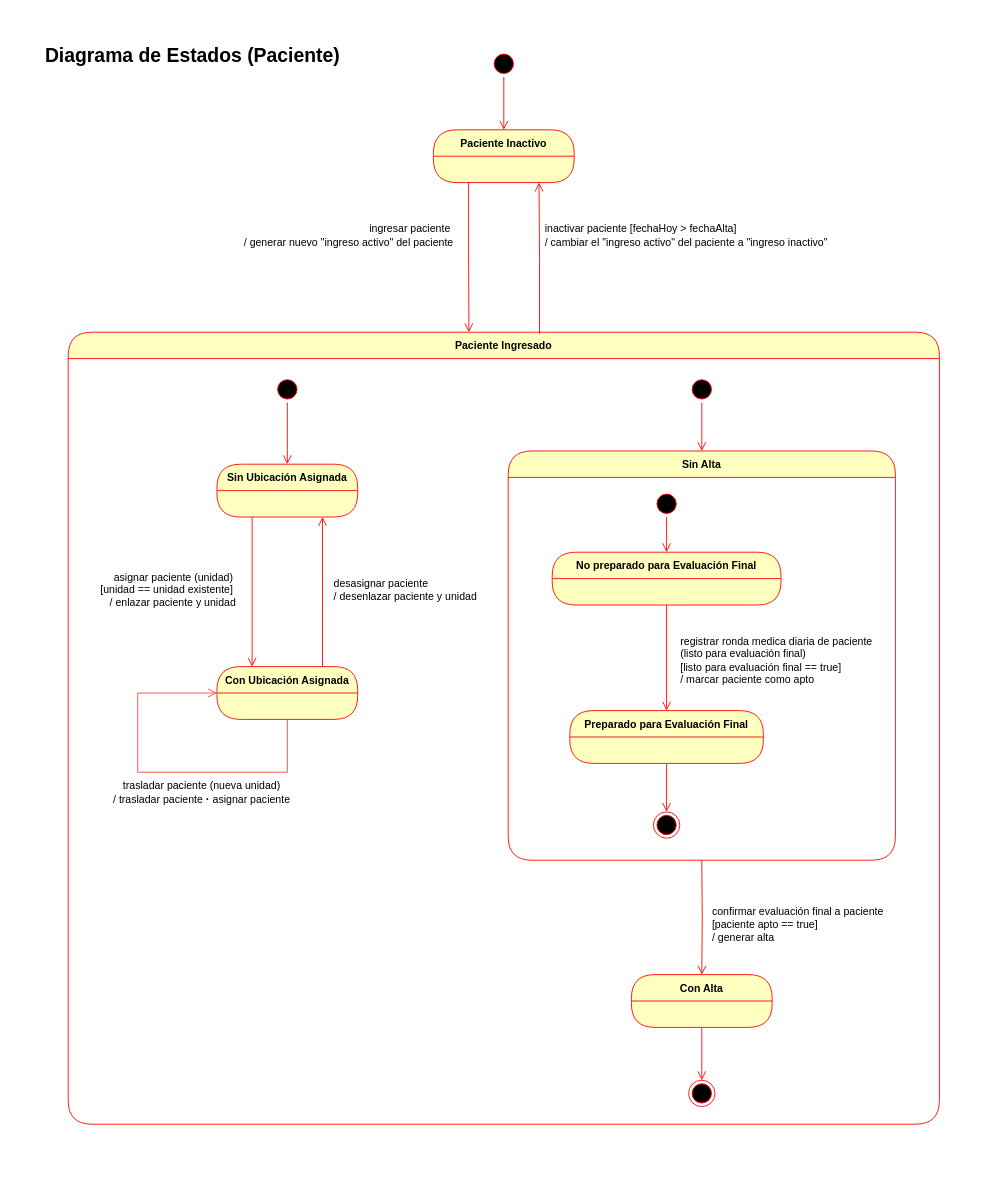
This is uml/4 - Diagrama de Estados/Diagrama de Actividades.drawio from stoica25-byte/Reto-2-Entornos-Programacion, a draw.io file, before an edit. Source tidied: cells renumbered, new cells numbered last; positions are measured from the earlier drawing's top-left corner, leaving out a move shared by most shapes. Both pictures are drawn from the tidied source at 88%, with x=0, y=0 at pixel (15, 15).
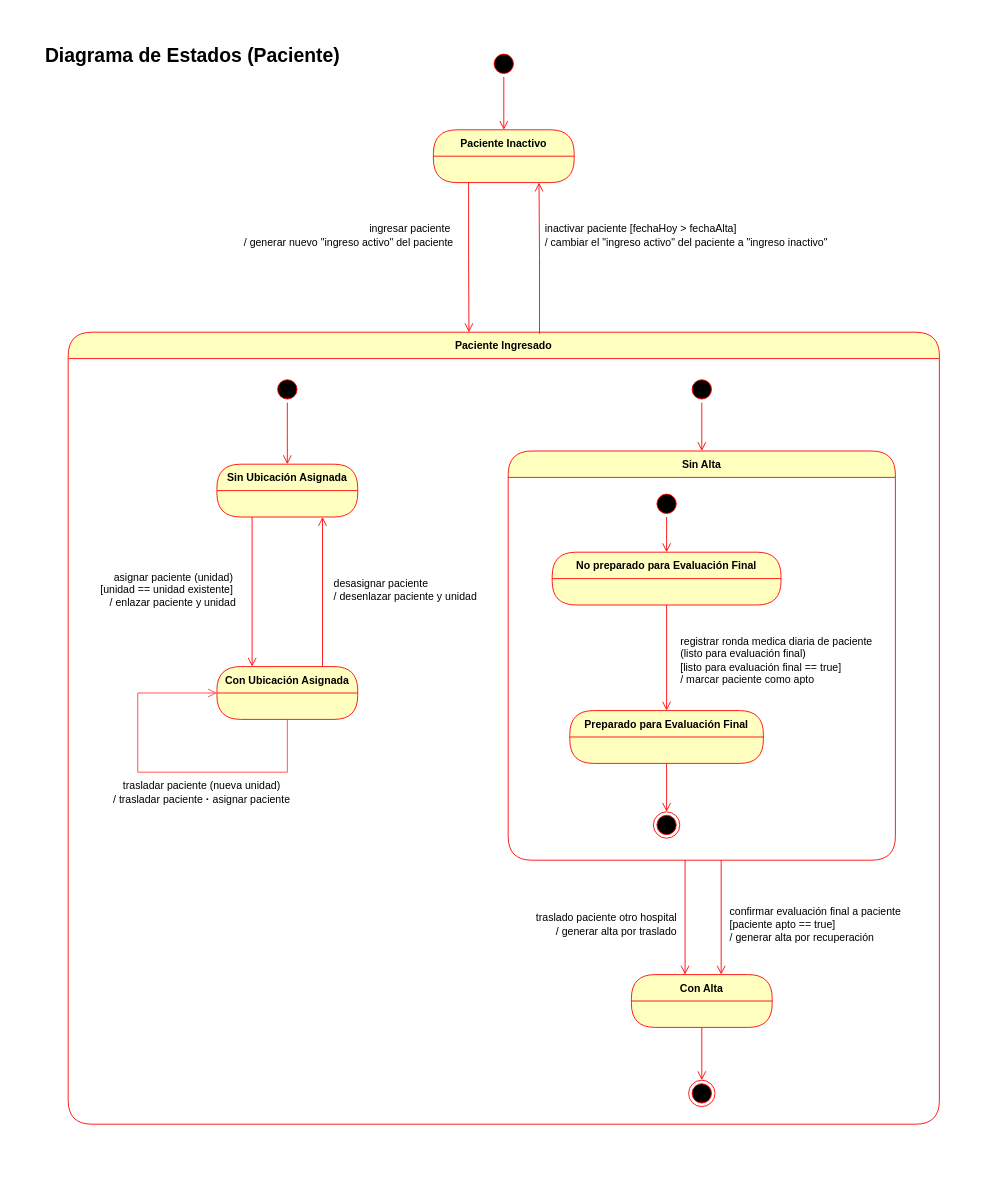
The same diagram, later.

Unchanged cells that the change refers to:
```xml
<mxCell id="33" value="Con Alta" style="swimlane;fontStyle=1;align=center;verticalAlign=middle;horizontal=1;startSize=30;fontColor=#000000;rounded=1;arcSize=30;strokeColor=#ff0000;fillColor=#ffffc0;swimlaneFillColor=#ffffc0;" parent="1" vertex="1">
  <mxGeometry x="700" y="1090" width="160" height="60" as="geometry" />
</mxCell>
```

What changed in the source:
```diff
@@
-    <mxCell id="34" style="edgeStyle=orthogonalEdgeStyle;html=1;verticalAlign=bottom;endArrow=open;endSize=8;strokeColor=#ff0000;rounded=0;entryX=0.5;entryY=0;entryDx=0;entryDy=0;exitX=0.5;exitY=1;exitDx=0;exitDy=0;" parent="1" edge="1" target="33">
+    <mxCell id="34" style="edgeStyle=orthogonalEdgeStyle;html=1;verticalAlign=bottom;endArrow=open;endSize=8;strokeColor=#ff0000;rounded=0;" parent="1" edge="1">
       <mxGeometry relative="1" as="geometry">
-        <mxPoint x="780" y="960" as="sourcePoint" />
+        <mxPoint x="802" y="960" as="sourcePoint" />
+        <mxPoint x="802" y="1090" as="targetPoint" />
       </mxGeometry>
     </mxCell>
-    <mxCell id="35" value="confirmar evaluación final a paciente [paciente apto == true]&lt;div&gt;/ generar alta&lt;/div&gt;" style="text;html=1;align=left;verticalAlign=middle;whiteSpace=wrap;rounded=0;" parent="1" vertex="1">
-      <mxGeometry x="790" y="1010" width="225" height="45" as="geometry" />
+    <mxCell id="35" value="confirmar evaluación final a paciente [paciente apto == true]&lt;div&gt;/ generar alta por recuperación&lt;/div&gt;" style="text;html=1;align=left;verticalAlign=middle;whiteSpace=wrap;rounded=0;" parent="1" vertex="1">
+      <mxGeometry x="810" y="1010" width="205" height="45" as="geometry" />
     </mxCell>
@@
+    <mxCell id="38" style="edgeStyle=orthogonalEdgeStyle;html=1;verticalAlign=bottom;endArrow=open;endSize=8;strokeColor=#ff0000;rounded=0;" parent="1" edge="1">
+      <mxGeometry relative="1" as="geometry">
+        <mxPoint x="761" y="960" as="sourcePoint" />
+        <mxPoint x="761" y="1090" as="targetPoint" />
+      </mxGeometry>
+    </mxCell>
+    <mxCell id="39" value="traslado paciente otro hospital&lt;div&gt;/ generar alta por traslado&lt;/div&gt;" style="text;html=1;align=right;verticalAlign=middle;whiteSpace=wrap;rounded=0;" parent="1" vertex="1">
+      <mxGeometry x="549" y="1010" width="205" height="45" as="geometry" />
+    </mxCell>
```
